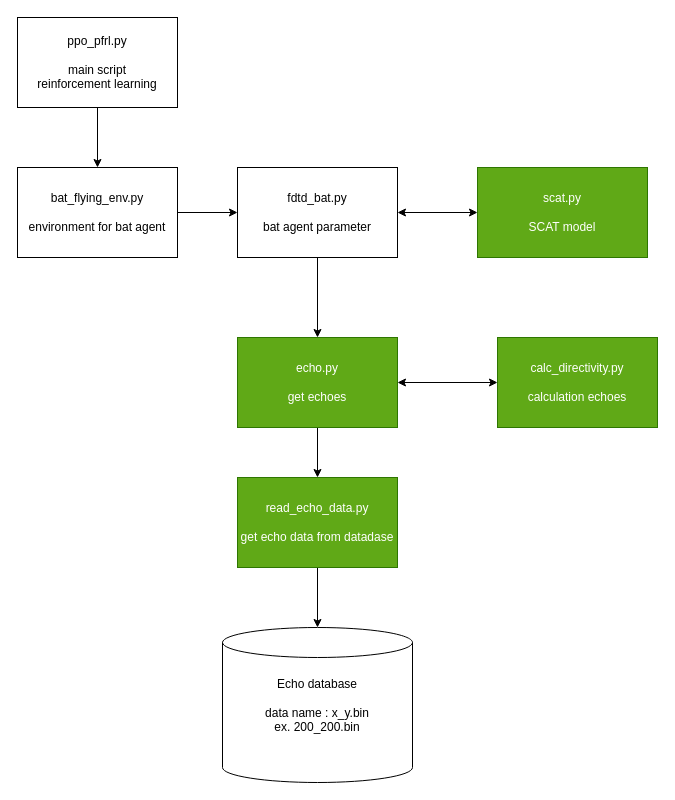
tsmyu/openBATS keeps this draw.io diagram as page "Page-2" (2 of 2) of reinforcement_learning/Bat_agent.drawio. Above is the earlier version. Source tidied: cells renumbered, new cells numbered last; positions are measured from the earlier drawing's top-left corner, leaving out a move shared by most shapes. Both pictures are drawn from the tidied source at 100%, with x=0, y=0 at pixel (17, 17).
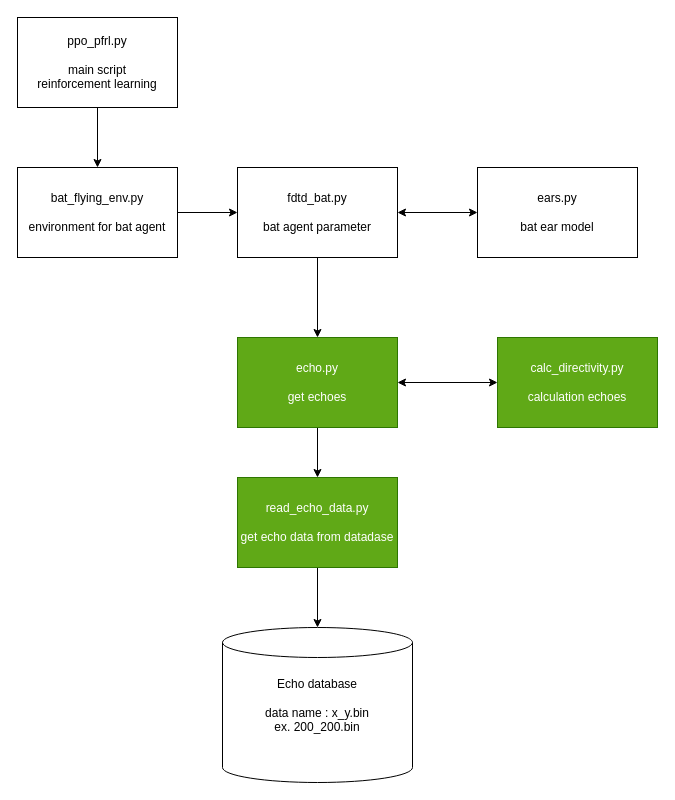
The same page after the edit.

Diff of the diagram source:
```diff
@@
 <mxGraphModel>
   <root>
     <mxCell id="0" />
     <mxCell id="1" parent="0" />
     <mxCell id="2" value="Echo database&lt;br&gt;&lt;br&gt;data name : x_y.bin&lt;br&gt;ex. 200_200.bin" style="shape=cylinder2;whiteSpace=wrap;html=1;boundedLbl=1;backgroundOutline=1;size=15;" parent="1" vertex="1">
       <mxGeometry x="205" y="610" width="190" height="155" as="geometry" />
     </mxCell>
     <mxCell id="3" style="edgeStyle=orthogonalEdgeStyle;rounded=0;jettySize=auto;html=1;" parent="1" edge="1" source="4" target="6">
       <mxGeometry relative="1" as="geometry" />
     </mxCell>
     <mxCell id="4" value="ppo_pfrl.py&lt;br&gt;&lt;br&gt;main script&lt;br&gt;reinforcement learning" style="rounded=0;whiteSpace=wrap;html=1;" parent="1" vertex="1">
       <mxGeometry width="160" height="90" as="geometry" />
     </mxCell>
     <mxCell id="5" style="edgeStyle=orthogonalEdgeStyle;rounded=0;jettySize=auto;html=1;" parent="1" edge="1" source="6" target="8">
       <mxGeometry relative="1" as="geometry" />
     </mxCell>
     <mxCell id="6" value="bat_flying_env.py&lt;br&gt;&lt;br&gt;environment for bat agent" style="rounded=0;whiteSpace=wrap;html=1;" parent="1" vertex="1">
       <mxGeometry y="150" width="160" height="90" as="geometry" />
     </mxCell>
     <mxCell id="7" style="edgeStyle=orthogonalEdgeStyle;rounded=0;jettySize=auto;html=1;" parent="1" edge="1" source="8" target="11">
       <mxGeometry relative="1" as="geometry" />
     </mxCell>
     <mxCell id="8" value="fdtd_bat.py&lt;br&gt;&lt;br&gt;bat agent parameter" style="rounded=0;whiteSpace=wrap;html=1;" parent="1" vertex="1">
       <mxGeometry x="220" y="150" width="160" height="90" as="geometry" />
     </mxCell>
-    <mxCell id="9" value="scat.py&lt;br&gt;&lt;br&gt;SCAT model" style="rounded=0;whiteSpace=wrap;html=1;fillColor=#60a917;strokeColor=#2D7600;fontColor=#ffffff;" parent="1" vertex="1">
-      <mxGeometry x="460" y="150" width="170" height="90" as="geometry" />
-    </mxCell>
     <mxCell id="10" style="edgeStyle=orthogonalEdgeStyle;rounded=0;jettySize=auto;html=1;" parent="1" edge="1" source="11" target="14">
       <mxGeometry relative="1" as="geometry" />
     </mxCell>
     <mxCell id="11" value="echo.py&lt;br&gt;&lt;br&gt;get echoes" style="rounded=0;whiteSpace=wrap;html=1;fillColor=#60a917;strokeColor=#2D7600;fontColor=#ffffff;" parent="1" vertex="1">
       <mxGeometry x="220" y="320" width="160" height="90" as="geometry" />
     </mxCell>
     <mxCell id="12" value="calc_directivity.py&lt;br&gt;&lt;br&gt;calculation echoes" style="rounded=0;whiteSpace=wrap;html=1;fillColor=#60a917;strokeColor=#2D7600;fontColor=#ffffff;" parent="1" vertex="1">
       <mxGeometry x="480" y="320" width="160" height="90" as="geometry" />
     </mxCell>
     <mxCell id="13" style="edgeStyle=orthogonalEdgeStyle;rounded=0;jettySize=auto;html=1;" parent="1" edge="1" source="14" target="2">
       <mxGeometry relative="1" as="geometry" />
     </mxCell>
     <mxCell id="14" value="read_echo_data.py&lt;br&gt;&lt;br&gt;get echo data from datadase" style="rounded=0;whiteSpace=wrap;html=1;fillColor=#60a917;strokeColor=#2D7600;fontColor=#ffffff;" parent="1" vertex="1">
       <mxGeometry x="220" y="460" width="160" height="90" as="geometry" />
     </mxCell>
-    <mxCell id="15" style="endArrow=classic;startArrow=classic;html=1;exitX=1;exitY=0.5;exitDx=0;exitDy=0;entryX=0;entryY=0.5;entryDx=0;entryDy=0;" parent="1" edge="1" source="8" target="9">
-      <mxGeometry relative="1" as="geometry" />
+    <mxCell id="15" style="endArrow=classic;startArrow=classic;html=1;exitX=1;exitY=0.5;exitDx=0;exitDy=0;entryX=0;entryY=0.5;entryDx=0;entryDy=0;" parent="1" edge="1" source="8">
+      <mxGeometry relative="1" as="geometry">
+        <mxPoint x="460" y="195" as="targetPoint" />
+      </mxGeometry>
     </mxCell>
     <mxCell id="16" style="endArrow=classic;startArrow=classic;html=1;exitX=1;exitY=0.5;exitDx=0;exitDy=0;entryX=0;entryY=0.5;entryDx=0;entryDy=0;" parent="1" edge="1" source="11" target="12">
       <mxGeometry relative="1" as="geometry" />
     </mxCell>
+    <mxCell id="17" value="ears.py&lt;br&gt;&lt;br&gt;bat ear model" style="rounded=0;whiteSpace=wrap;html=1;" parent="1" vertex="1">
+      <mxGeometry x="460" y="150" width="160" height="90" as="geometry" />
+    </mxCell>
   </root>
 </mxGraphModel>
```
